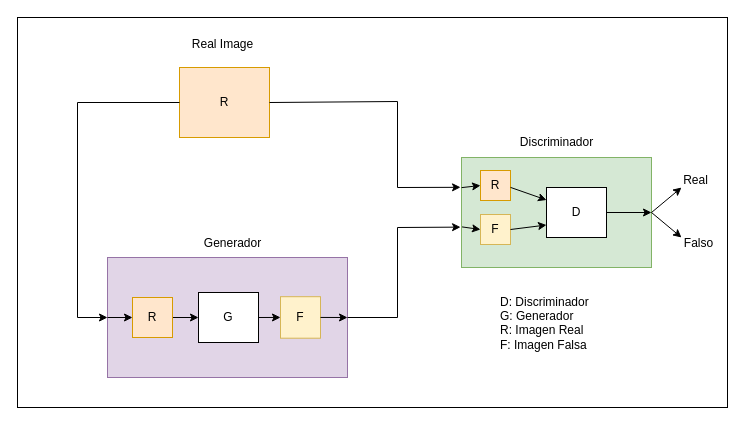
dmarintwentychu/TFG keeps this draw.io diagram as Code/TFGCode/Images/Basic_GAN.drawio. Above is the earlier version. Source tidied: cells renumbered, new cells numbered last; positions are measured from the earlier drawing's top-left corner, leaving out a move shared by most shapes. Both pictures are drawn from the tidied source at 100%, with x=0, y=0 at pixel (17, 17).
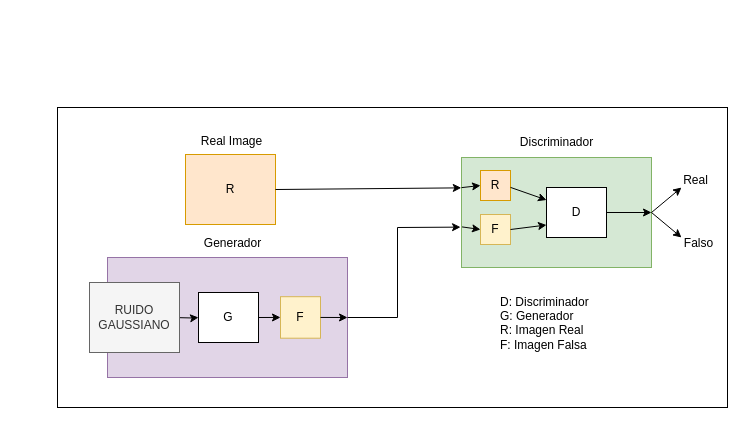
After the change.

Unchanged cells that the change refers to:
```xml
<mxCell id="4" style="rounded=0;whiteSpace=wrap;html=1;fillColor=#e1d5e7;strokeColor=#9673a6;" parent="1" vertex="1">
  <mxGeometry x="90" y="240" width="240" height="120" as="geometry" />
</mxCell>
<mxCell id="5" style="rounded=0;whiteSpace=wrap;html=1;fillColor=#d5e8d4;strokeColor=#82b366;" parent="1" vertex="1">
  <mxGeometry x="444" y="140" width="190" height="110" as="geometry" />
</mxCell>
<mxCell id="27" value="G" style="rounded=0;whiteSpace=wrap;html=1;" parent="1" vertex="1">
  <mxGeometry x="181" y="275" width="60" height="50" as="geometry" />
</mxCell>
```

The edit, as a diff of the source:
```diff
@@
     <mxCell id="2" style="rounded=0;whiteSpace=wrap;html=1;" parent="1" vertex="1">
-      <mxGeometry width="710" height="390" as="geometry" />
+      <mxGeometry x="40" y="90" width="670" height="300" as="geometry" />
     </mxCell>
     <mxCell id="3" value="R" style="rounded=0;whiteSpace=wrap;html=1;fillColor=#ffe6cc;strokeColor=#d79b00;" parent="1" vertex="1">
-      <mxGeometry x="162" y="50" width="90" height="70" as="geometry" />
+      <mxGeometry x="168" y="137" width="90" height="70" as="geometry" />
     </mxCell>
@@
-    <mxCell id="6" style="endArrow=classic;html=1;rounded=0;exitX=1;exitY=0.5;exitDx=0;exitDy=0;entryX=-0.005;entryY=0.271;entryDx=0;entryDy=0;entryPerimeter=0;" parent="1" edge="1" source="3" target="5">
-      <mxGeometry relative="1" as="geometry">
-        <Array as="points">
-          <mxPoint x="380" y="84" />
-          <mxPoint x="380" y="170" />
-        </Array>
-      </mxGeometry>
-    </mxCell>
@@
     <mxCell id="8" value="Real Image" style="text;html=1;align=center;verticalAlign=middle;strokeColor=none;fillColor=none;" parent="1" vertex="1">
-      <mxGeometry x="165" y="12" width="80" height="30" as="geometry" />
+      <mxGeometry x="174" y="109" width="80" height="30" as="geometry" />
     </mxCell>
@@
-    <mxCell id="15" style="endArrow=classic;html=1;rounded=0;exitX=0;exitY=0.5;exitDx=0;exitDy=0;entryX=0;entryY=0.5;entryDx=0;entryDy=0;" parent="1" edge="1" source="3" target="4">
-      <mxGeometry relative="1" as="geometry">
-        <Array as="points">
-          <mxPoint x="60" y="85" />
-          <mxPoint x="60" y="300" />
-        </Array>
-      </mxGeometry>
-    </mxCell>
-    <mxCell id="16" style="edgeStyle=orthogonalEdgeStyle;rounded=0;jettySize=auto;html=1;" parent="1" edge="1" source="17" target="27">
-      <mxGeometry relative="1" as="geometry" />
+    <mxCell id="16" style="edgeStyle=orthogonalEdgeStyle;rounded=0;jettySize=auto;html=1;" parent="1" edge="1" target="27">
+      <mxGeometry relative="1" as="geometry">
+        <mxPoint x="155" y="300" as="sourcePoint" />
+      </mxGeometry>
     </mxCell>
-    <mxCell id="17" value="R" style="rounded=0;whiteSpace=wrap;html=1;fillColor=#ffe6cc;strokeColor=#d79b00;" parent="1" vertex="1">
-      <mxGeometry x="115" y="280" width="40" height="40" as="geometry" />
-    </mxCell>
-    <mxCell id="18" style="endArrow=classic;html=1;rounded=0;exitX=0;exitY=0.5;exitDx=0;exitDy=0;entryX=0;entryY=0.5;entryDx=0;entryDy=0;" parent="1" edge="1" source="4" target="17">
-      <mxGeometry relative="1" as="geometry" />
-    </mxCell>
@@
+    <mxCell id="32" value="RUIDO&lt;div&gt;GAUSSIANO&lt;/div&gt;" style="rounded=0;whiteSpace=wrap;html=1;fillColor=#f5f5f5;strokeColor=#666666;fontColor=#333333;" parent="1" vertex="1">
+      <mxGeometry x="72" y="265" width="90" height="70" as="geometry" />
+    </mxCell>
+    <mxCell id="6" style="endArrow=classic;html=1;rounded=0;exitX=1;exitY=0.5;exitDx=0;exitDy=0;entryX=-0.001;entryY=0.276;entryDx=0;entryDy=0;entryPerimeter=0;" parent="1" edge="1" source="3" target="5">
+      <mxGeometry relative="1" as="geometry" />
+    </mxCell>
```
